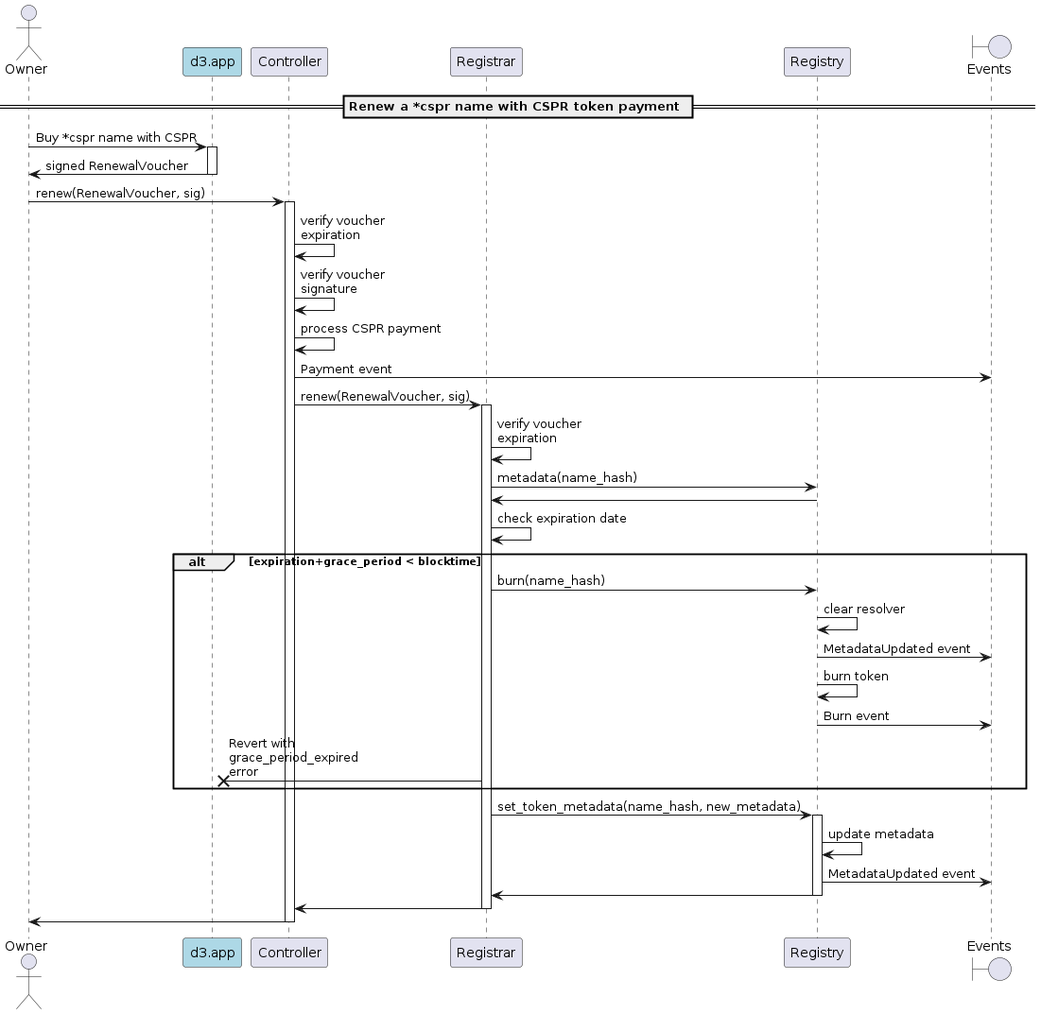
Above: docs/sequence-diagrams/puml/onchain-renewal.png in make-software/cspr-name-contracts (PlantUML), before the change.
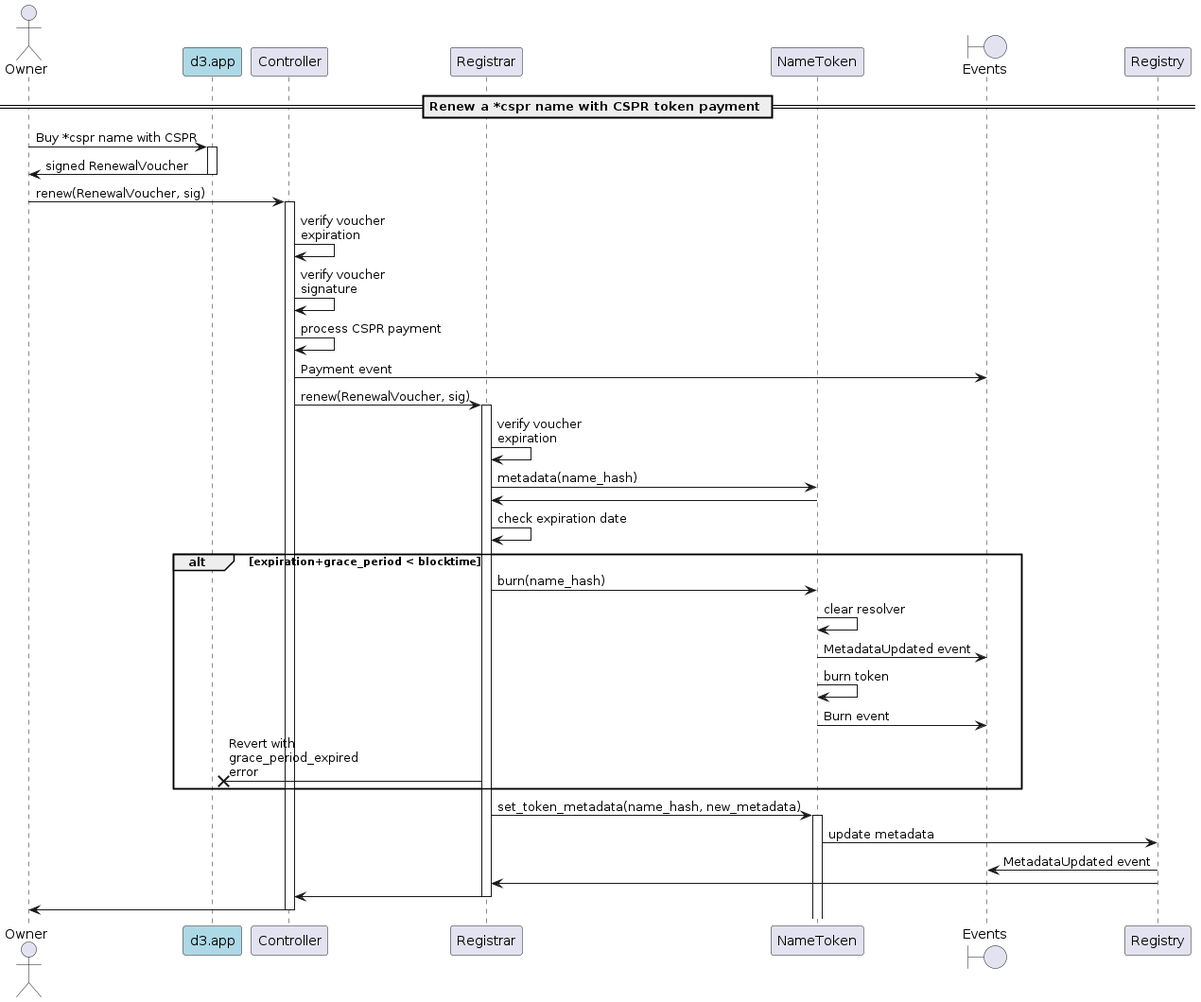
The same file after the commit.

The edit, as a diff of the source:
```diff
@@ -4,7 +4,7 @@
 participant "d3.app" as d3 #lightblue
 participant "Controller"
 participant "Registrar"
-participant "Registry"
+participant "NameToken"
 boundary "Events"
 
 == Renew a *cspr name with CSPR token payment ==
@@ -23,20 +23,20 @@
 Controller -> Registrar: renew(RenewalVoucher, sig)
 activate Registrar
 Registrar -> Registrar: verify voucher\nexpiration
-Registrar -> Registry: metadata(name_hash)
-Registry -> Registrar
+Registrar -> NameToken: metadata(name_hash)
+NameToken -> Registrar
 Registrar -> Registrar: check expiration date
 alt expiration+grace_period < blocktime
-    Registrar -> Registry: burn(name_hash)
-    Registry -> Registry: clear resolver
-    Registry -> "Events": MetadataUpdated event
-    Registry -> Registry: burn token
-    Registry -> "Events": Burn event
+    Registrar -> NameToken: burn(name_hash)
+    NameToken -> NameToken: clear resolver
+    NameToken -> "Events": MetadataUpdated event
+    NameToken -> NameToken: burn token
+    NameToken -> "Events": Burn event
     Registrar ->x d3: Revert with\ngrace_period_expired\nerror
 end
-Registrar -> Registry: set_token_metadata(name_hash, new_metadata)
-activate Registry
-Registry -> Registry: update metadata
+Registrar -> NameToken: set_token_metadata(name_hash, new_metadata)
+activate NameToken
+NameToken -> Registry: update metadata
 Registry -> "Events": MetadataUpdated event
 Registry -> Registrar
 deactivate Registry
```
